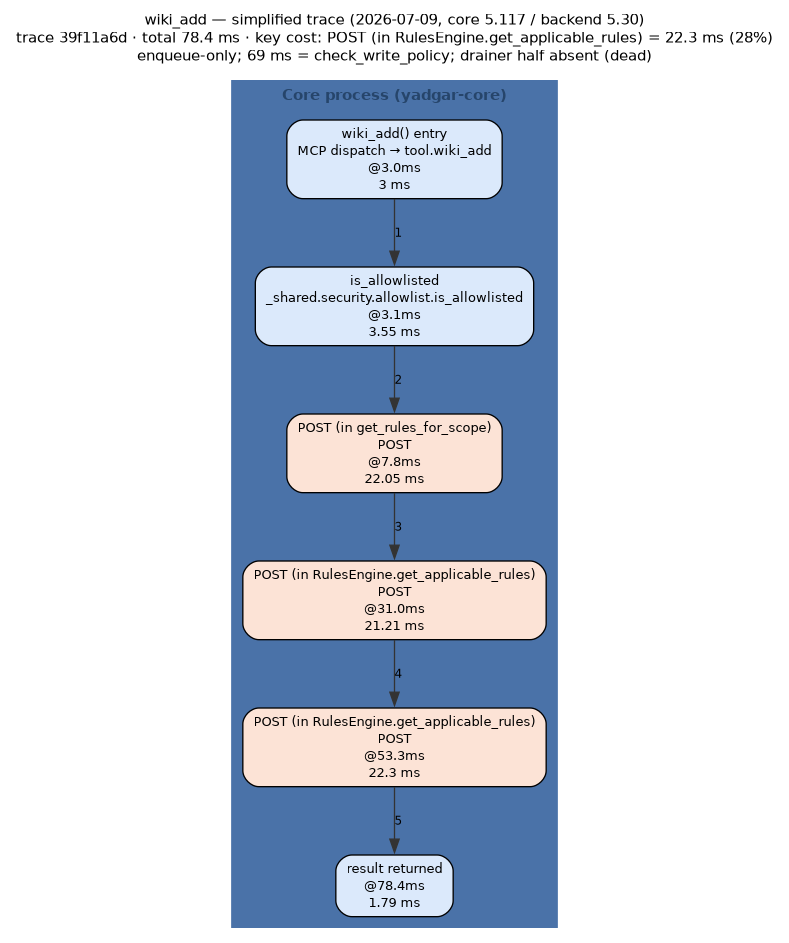
The Graphviz diagram docs/diagrams/out/wiki_add-trace-2026-07-09.png in m-agahi/yadgar, before a commit. Its source is kept beside it as docs/diagrams/out/wiki_add-trace-2026-07-09.dot.
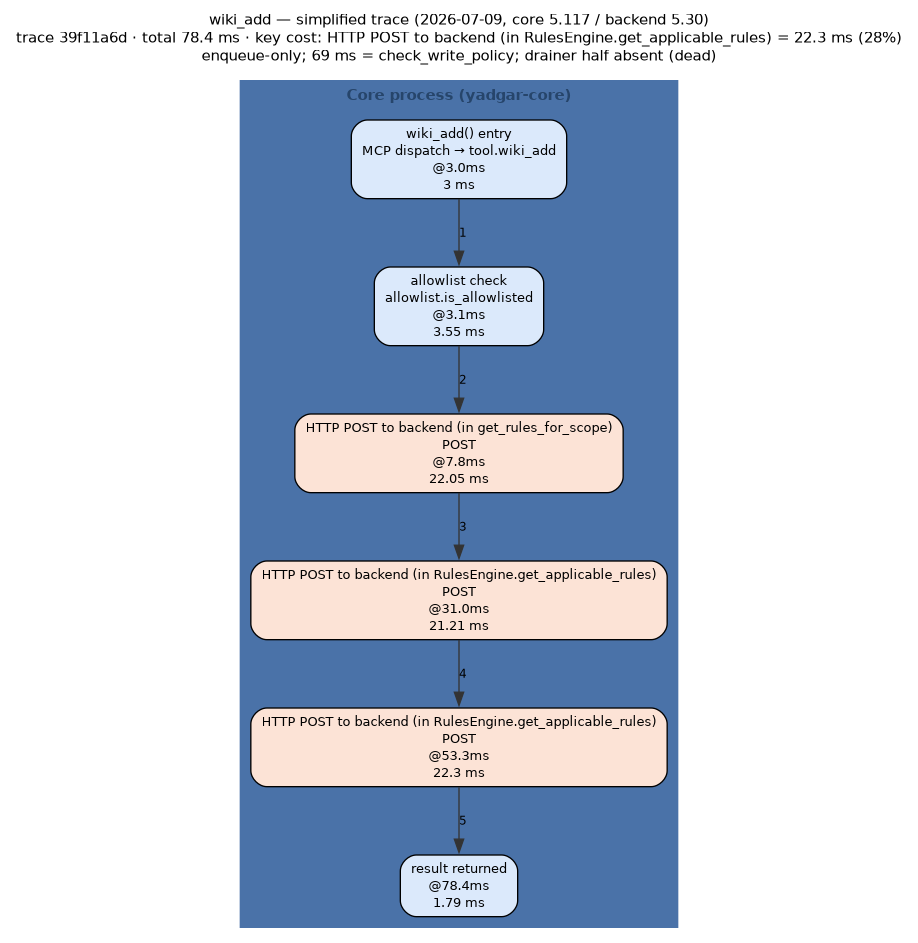
After the commit.

Diff of the diagram source:
```diff
@@ -8,7 +8,7 @@
   node  [fontname="Helvetica", fontsize=10];
   edge  [fontname="Helvetica", fontsize=9];
   label="wiki_add — simplified trace (2026-07-09, core 5.117 / backend 5.30)
-trace 39f11a6d · total 78.4 ms · key cost: POST (in RulesEngine.get_applicable_rules) = 22.3 ms (28%)\nenqueue-only; 69 ms = check_write_policy; drainer half absent (dead)";
+trace 39f11a6d · total 78.4 ms · key cost: HTTP POST to backend (in RulesEngine.get_applicable_rules) = 22.3 ms (28%)\nenqueue-only; 69 ms = check_write_policy; drainer half absent (dead)";
   subgraph "cluster_core" {
     label="Core process (yadgar-core)";
     style=filled;
@@ -17,10 +17,10 @@
     fontcolor="#26456b";
     fontname="Helvetica-Bold";
     "entry" [shape="box", style="rounded,filled", fillcolor="#dbe9fb", label="wiki_add() entry\nMCP dispatch → tool.wiki_add\n@3.0ms\n3 ms"];
-    "s0" [shape="box", style="rounded,filled", fillcolor="#dbe9fb", label="is_allowlisted\n_shared.security.allowlist.is_allowlisted\n@3.1ms\n3.55 ms"];
-    "s1" [shape="box", style="rounded,filled", fillcolor="#fce3d6", label="POST (in get_rules_for_scope)\nPOST\n@7.8ms\n22.05 ms"];
-    "s2" [shape="box", style="rounded,filled", fillcolor="#fce3d6", label="POST (in RulesEngine.get_applicable_rules)\nPOST\n@31.0ms\n21.21 ms"];
-    "s3" [shape="box", style="rounded,filled", fillcolor="#fce3d6", label="POST (in RulesEngine.get_applicable_rules)\nPOST\n@53.3ms\n22.3 ms"];
+    "s0" [shape="box", style="rounded,filled", fillcolor="#dbe9fb", label="allowlist check\nallowlist.is_allowlisted\n@3.1ms\n3.55 ms"];
+    "s1" [shape="box", style="rounded,filled", fillcolor="#fce3d6", label="HTTP POST to backend (in get_rules_for_scope)\nPOST\n@7.8ms\n22.05 ms"];
+    "s2" [shape="box", style="rounded,filled", fillcolor="#fce3d6", label="HTTP POST to backend (in RulesEngine.get_applicable_rules)\nPOST\n@31.0ms\n21.21 ms"];
+    "s3" [shape="box", style="rounded,filled", fillcolor="#fce3d6", label="HTTP POST to backend (in RulesEngine.get_applicable_rules)\nPOST\n@53.3ms\n22.3 ms"];
     "done" [shape="box", style="rounded,filled", fillcolor="#dbe9fb", label="result returned\n@78.4ms\n1.79 ms"];
   }
   "entry" -> "s0" [color="#333333", style="solid", label="1"];
```
